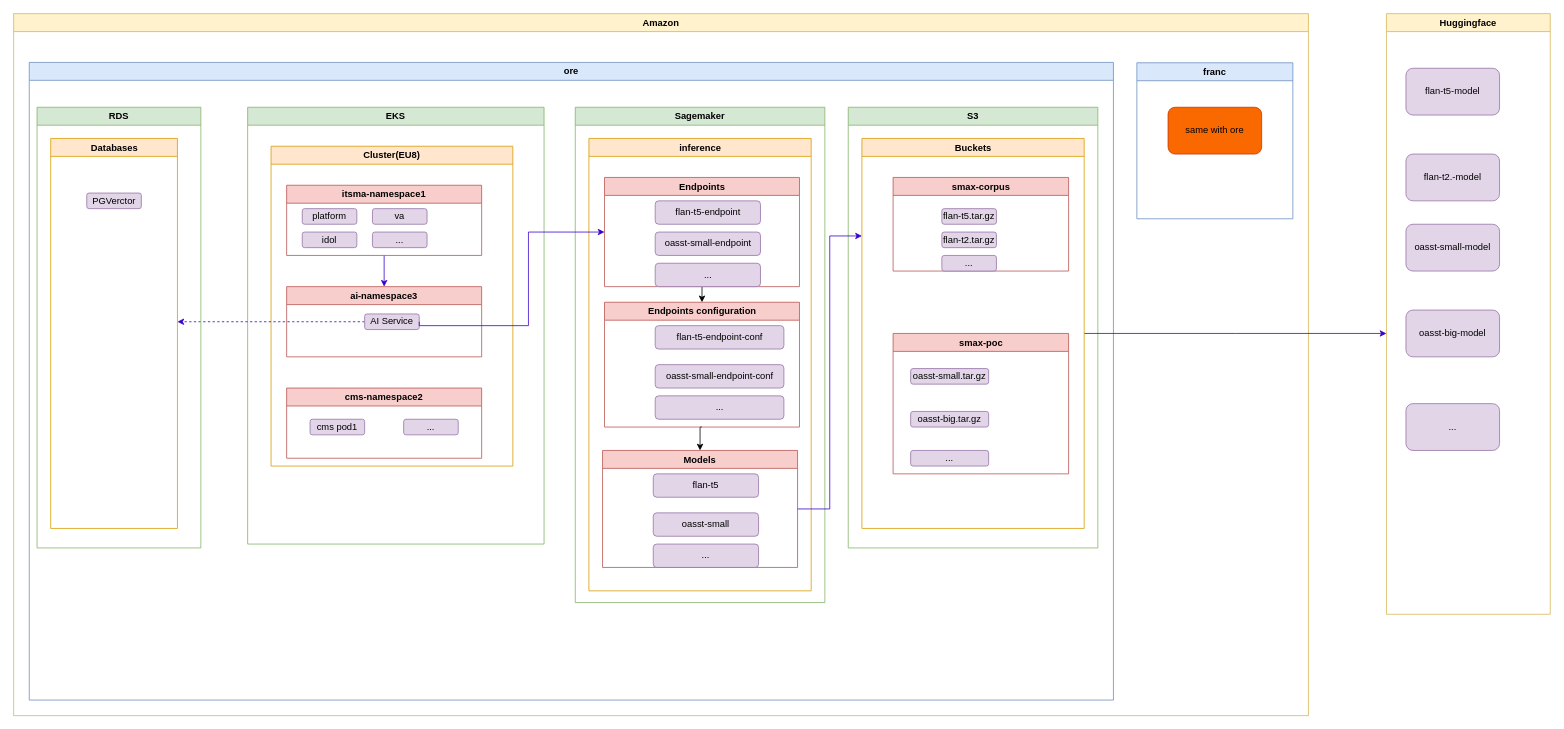
Before: LLM/topology.drawio in Ice-YcY/Diagram, a draw.io diagram. Source tidied: cells renumbered, new cells numbered last; positions are measured from the earlier drawing's top-left corner, leaving out a move shared by most shapes. Both pictures are drawn from the tidied source at 78%, with x=0, y=0 at pixel (13, 13).
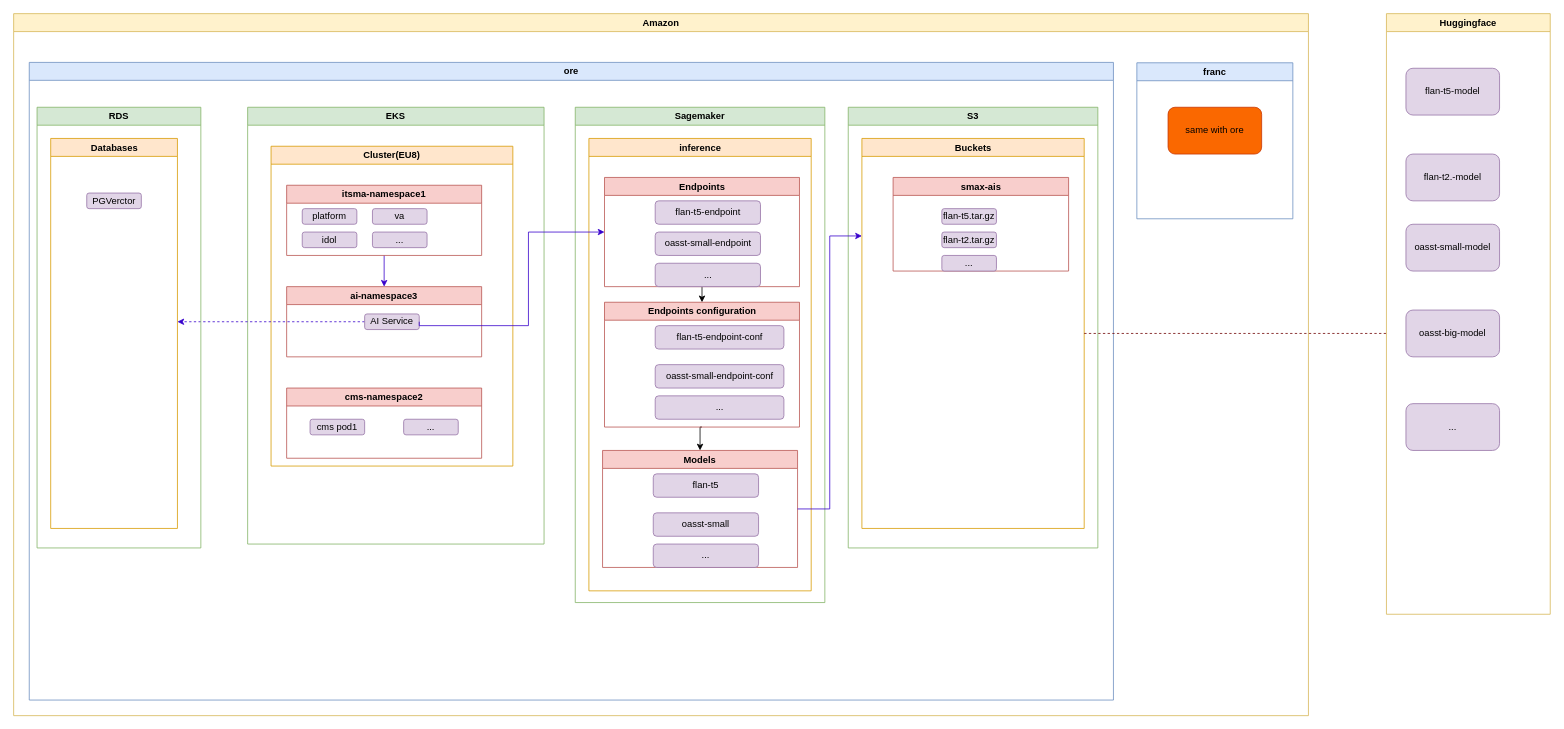
The same page after the edit.

The change refers to these unchanged cells:
```xml
<mxCell id="3" value="ore" style="swimlane;whiteSpace=wrap;html=1;fillColor=#dae8fc;strokeColor=#6c8ebf;" parent="2" vertex="1">
  <mxGeometry x="20" y="62.5" width="1390" height="817.5" as="geometry" />
</mxCell>
<mxCell id="34" value="S3" style="swimlane;whiteSpace=wrap;html=1;fillColor=#d5e8d4;strokeColor=#82b366;" parent="3" vertex="1">
  <mxGeometry x="1050" y="57.5" width="320" height="565" as="geometry" />
</mxCell>
<mxCell id="36" value="Buckets" style="swimlane;whiteSpace=wrap;html=1;startSize=23;fillColor=#ffe6cc;strokeColor=#d79b00;" parent="34" vertex="1">
  <mxGeometry x="17.5" y="40" width="285" height="500" as="geometry" />
</mxCell>
```

What changed in the source:
```diff
@@
-    <mxCell id="35" style="edgeStyle=orthogonalEdgeStyle;rounded=0;jettySize=auto;html=1;exitX=1;exitY=0.5;exitDx=0;exitDy=0;fillColor=#6a00ff;strokeColor=#3700CC;" parent="34" edge="1" source="36">
-      <mxGeometry relative="1" as="geometry">
-        <mxPoint x="690" y="290" as="targetPoint" />
-      </mxGeometry>
-    </mxCell>
@@
-    <mxCell id="37" value="smax-corpus" style="swimlane;whiteSpace=wrap;html=1;fillColor=#f8cecc;strokeColor=#b85450;" parent="36" vertex="1">
+    <mxCell id="37" value="smax-ais" style="swimlane;whiteSpace=wrap;html=1;fillColor=#f8cecc;strokeColor=#b85450;" parent="36" vertex="1">
       <mxGeometry x="40" y="50" width="225" height="120" as="geometry" />
     </mxCell>
@@
-    <mxCell id="41" value="smax-poc" style="swimlane;whiteSpace=wrap;html=1;fillColor=#f8cecc;strokeColor=#b85450;" parent="36" vertex="1">
-      <mxGeometry x="40" y="250" width="225" height="180" as="geometry" />
-    </mxCell>
-    <mxCell id="42" value="oasst-small.tar.gz" style="rounded=1;whiteSpace=wrap;html=1;fillColor=#e1d5e7;strokeColor=#9673a6;" parent="41" vertex="1">
-      <mxGeometry x="22.5" y="45" width="100" height="20" as="geometry" />
-    </mxCell>
-    <mxCell id="43" value="oasst-big.tar.gz" style="rounded=1;whiteSpace=wrap;html=1;fillColor=#e1d5e7;strokeColor=#9673a6;" parent="41" vertex="1">
-      <mxGeometry x="22.5" y="100" width="100" height="20" as="geometry" />
-    </mxCell>
-    <mxCell id="44" value="..." style="rounded=1;whiteSpace=wrap;html=1;fillColor=#e1d5e7;strokeColor=#9673a6;" parent="41" vertex="1">
-      <mxGeometry x="22.5" y="150" width="100" height="20" as="geometry" />
-    </mxCell>
@@
+    <mxCell id="58" style="endArrow=none;dashed=1;html=1;rounded=0;exitX=1;exitY=0.5;exitDx=0;exitDy=0;fillColor=#a20025;strokeColor=#6F0000;" parent="3" edge="1" source="36">
+      <mxGeometry relative="1" as="geometry">
+        <mxPoint x="1740" y="347.5" as="targetPoint" />
+      </mxGeometry>
+    </mxCell>
```
